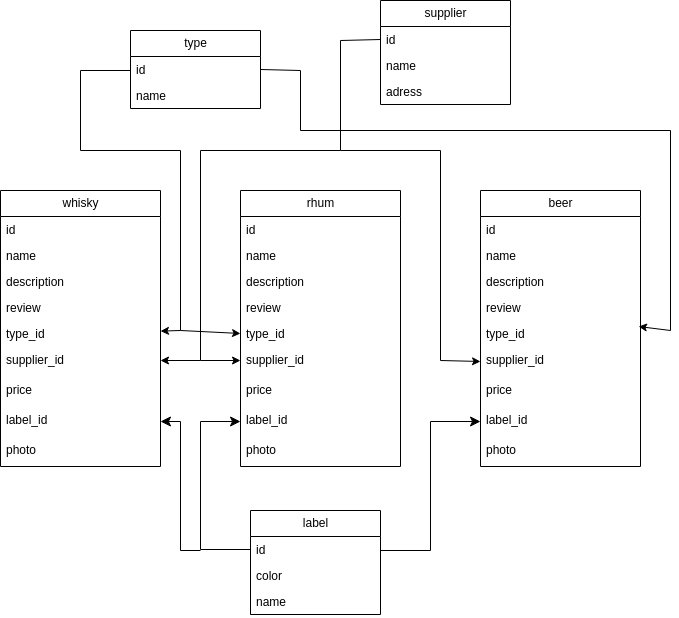
AnthonyMarcelin/SpiritsManagement-API keeps this draw.io diagram as Docs/mld.drawio.png. Above is the earlier version. Source tidied: cells renumbered, new cells last; positions are measured from the earlier drawing's top-left corner, leaving out a move shared by most shapes.
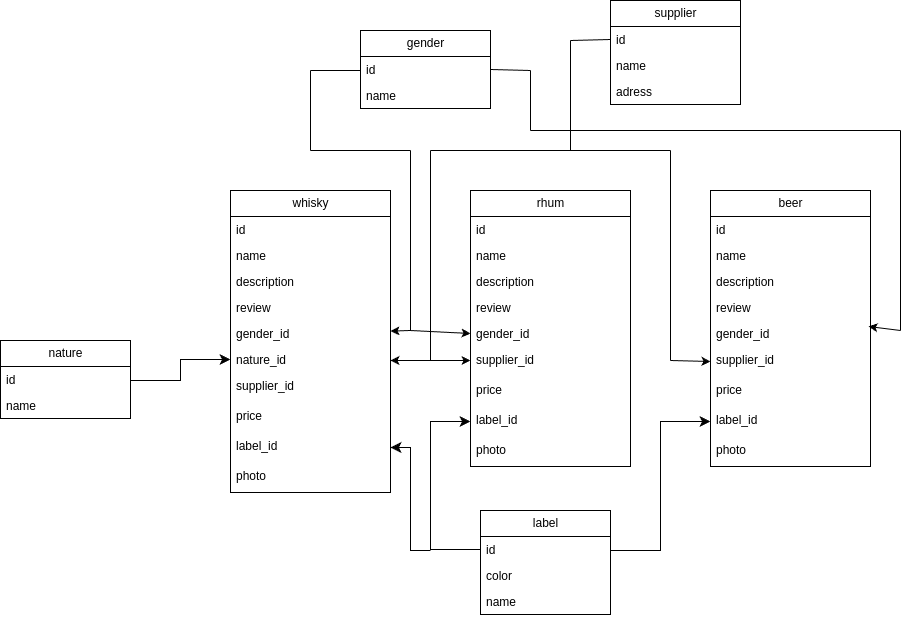
After the commit.

Change to the diagram source:
```diff
@@ -3,7 +3,7 @@
     <mxCell id="0" />
     <mxCell id="1" parent="0" />
     <mxCell id="2" value="whisky" style="swimlane;fontStyle=0;horizontal=1;startSize=26;fillColor=none;html=1;" parent="1" vertex="1">
-      <mxGeometry y="190" width="160" height="276" as="geometry" />
+      <mxGeometry y="190" width="160" height="302" as="geometry" />
     </mxCell>
     <mxCell id="3" value="id" style="text;strokeColor=none;fillColor=none;align=left;verticalAlign=top;spacingLeft=4;spacingRight=4;overflow=hidden;whiteSpace=wrap;html=1;" parent="2" vertex="1">
       <mxGeometry y="26" width="160" height="26" as="geometry" />
@@ -17,7 +17,7 @@
     <mxCell id="6" value="review" style="text;strokeColor=none;fillColor=none;align=left;verticalAlign=top;spacingLeft=4;spacingRight=4;overflow=hidden;whiteSpace=wrap;html=1;" parent="2" vertex="1">
       <mxGeometry y="104" width="160" height="26" as="geometry" />
     </mxCell>
-    <mxCell id="7" value="type_id" style="text;strokeColor=none;fillColor=none;align=left;verticalAlign=top;spacingLeft=4;spacingRight=4;overflow=hidden;points=[[0,0.5],[1,0.5]];portConstraint=eastwest;whiteSpace=wrap;html=1;" parent="2" vertex="1">
+    <mxCell id="7" value="gender_id" style="text;strokeColor=none;fillColor=none;align=left;verticalAlign=top;spacingLeft=4;spacingRight=4;overflow=hidden;points=[[0,0.5],[1,0.5]];portConstraint=eastwest;whiteSpace=wrap;html=1;" parent="2" vertex="1">
       <mxGeometry y="130" width="160" height="26" as="geometry" />
     </mxCell>
     <mxCell id="8" style="endArrow=classic;html=1;" parent="2" edge="1">
@@ -26,17 +26,20 @@
         <mxPoint x="160" y="170" as="targetPoint" />
       </mxGeometry>
     </mxCell>
+    <mxCell id="66" value="nature_id" style="text;strokeColor=none;fillColor=none;align=left;verticalAlign=top;spacingLeft=4;spacingRight=4;overflow=hidden;points=[[0,0.5],[1,0.5]];portConstraint=eastwest;whiteSpace=wrap;html=1;" parent="2" vertex="1">
+      <mxGeometry y="156" width="160" height="26" as="geometry" />
+    </mxCell>
     <mxCell id="9" value="supplier_id" style="text;strokeColor=none;fillColor=none;align=left;verticalAlign=top;spacingLeft=4;spacingRight=4;overflow=hidden;whiteSpace=wrap;html=1;" parent="2" vertex="1">
-      <mxGeometry y="156" width="160" height="30" as="geometry" />
+      <mxGeometry y="182" width="160" height="30" as="geometry" />
     </mxCell>
     <mxCell id="10" value="price" style="text;strokeColor=none;fillColor=none;align=left;verticalAlign=top;spacingLeft=4;spacingRight=4;overflow=hidden;whiteSpace=wrap;html=1;" parent="2" vertex="1">
-      <mxGeometry y="186" width="160" height="30" as="geometry" />
+      <mxGeometry y="212" width="160" height="30" as="geometry" />
     </mxCell>
     <mxCell id="11" value="label_id" style="text;strokeColor=none;fillColor=none;align=left;verticalAlign=top;spacingLeft=4;spacingRight=4;overflow=hidden;points=[[0,0.5],[1,0.5]];portConstraint=eastwest;whiteSpace=wrap;html=1;" parent="2" vertex="1">
-      <mxGeometry y="216" width="160" height="30" as="geometry" />
+      <mxGeometry y="242" width="160" height="30" as="geometry" />
     </mxCell>
     <mxCell id="12" value="photo" style="text;strokeColor=none;fillColor=none;align=left;verticalAlign=top;spacingLeft=4;spacingRight=4;overflow=hidden;whiteSpace=wrap;html=1;" parent="2" vertex="1">
-      <mxGeometry y="246" width="160" height="30" as="geometry" />
+      <mxGeometry y="272" width="160" height="30" as="geometry" />
     </mxCell>
     <mxCell id="13" value="rhum" style="swimlane;fontStyle=0;horizontal=1;startSize=26;fillColor=none;html=1;" parent="1" vertex="1">
       <mxGeometry x="240" y="190" width="160" height="276" as="geometry" />
@@ -53,7 +56,7 @@
     <mxCell id="17" value="review" style="text;strokeColor=none;fillColor=none;align=left;verticalAlign=top;spacingLeft=4;spacingRight=4;overflow=hidden;whiteSpace=wrap;html=1;" parent="13" vertex="1">
       <mxGeometry y="104" width="160" height="26" as="geometry" />
     </mxCell>
-    <mxCell id="18" value="type_id" style="text;strokeColor=none;fillColor=none;align=left;verticalAlign=top;spacingLeft=4;spacingRight=4;overflow=hidden;points=[[0,0.5],[1,0.5]];portConstraint=eastwest;whiteSpace=wrap;html=1;" parent="13" vertex="1">
+    <mxCell id="18" value="gender_id" style="text;strokeColor=none;fillColor=none;align=left;verticalAlign=top;spacingLeft=4;spacingRight=4;overflow=hidden;points=[[0,0.5],[1,0.5]];portConstraint=eastwest;whiteSpace=wrap;html=1;" parent="13" vertex="1">
       <mxGeometry y="130" width="160" height="26" as="geometry" />
     </mxCell>
     <mxCell id="19" value="supplier_id" style="text;strokeColor=none;fillColor=none;align=left;verticalAlign=top;spacingLeft=4;spacingRight=4;overflow=hidden;whiteSpace=wrap;html=1;" parent="13" vertex="1">
@@ -83,7 +86,7 @@
     <mxCell id="27" value="review" style="text;strokeColor=none;fillColor=none;align=left;verticalAlign=top;spacingLeft=4;spacingRight=4;overflow=hidden;whiteSpace=wrap;html=1;" parent="23" vertex="1">
       <mxGeometry y="104" width="160" height="26" as="geometry" />
     </mxCell>
-    <mxCell id="28" value="type_id" style="text;strokeColor=none;fillColor=none;align=left;verticalAlign=top;spacingLeft=4;spacingRight=4;overflow=hidden;points=[[0,0.5],[1,0.5]];portConstraint=eastwest;whiteSpace=wrap;html=1;" parent="23" vertex="1">
+    <mxCell id="28" value="gender_id" style="text;strokeColor=none;fillColor=none;align=left;verticalAlign=top;spacingLeft=4;spacingRight=4;overflow=hidden;points=[[0,0.5],[1,0.5]];portConstraint=eastwest;whiteSpace=wrap;html=1;" parent="23" vertex="1">
       <mxGeometry y="130" width="160" height="26" as="geometry" />
     </mxCell>
     <mxCell id="29" value="supplier_id" style="text;strokeColor=none;fillColor=none;align=left;verticalAlign=top;spacingLeft=4;spacingRight=4;overflow=hidden;points=[[0,0.5],[1,0.5]];portConstraint=eastwest;whiteSpace=wrap;html=1;" parent="23" vertex="1">
@@ -110,7 +113,7 @@
     <mxCell id="36" value="name" style="text;strokeColor=none;fillColor=none;align=left;verticalAlign=top;spacingLeft=4;spacingRight=4;overflow=hidden;whiteSpace=wrap;html=1;" parent="33" vertex="1">
       <mxGeometry y="78" width="130" height="26" as="geometry" />
     </mxCell>
-    <mxCell id="37" value="type" style="swimlane;fontStyle=0;horizontal=1;startSize=26;fillColor=none;html=1;" parent="1" vertex="1">
+    <mxCell id="37" value="gender" style="swimlane;fontStyle=0;horizontal=1;startSize=26;fillColor=none;html=1;" parent="1" vertex="1">
       <mxGeometry x="130" y="30" width="130" height="78" as="geometry" />
     </mxCell>
     <mxCell id="38" value="id" style="text;strokeColor=none;fillColor=none;align=left;verticalAlign=top;spacingLeft=4;spacingRight=4;overflow=hidden;points=[[0,0.5],[1,0.5]];portConstraint=eastwest;whiteSpace=wrap;html=1;" parent="37" vertex="1">
@@ -257,5 +260,19 @@
         <mxPoint x="670" y="330" as="sourcePoint" />
       </mxGeometry>
     </mxCell>
+    <mxCell id="67" value="nature" style="swimlane;fontStyle=0;horizontal=1;startSize=26;fillColor=none;html=1;" parent="1" vertex="1">
+      <mxGeometry x="-230" y="340" width="130" height="78" as="geometry" />
+    </mxCell>
+    <mxCell id="68" value="id" style="text;strokeColor=none;fillColor=none;align=left;verticalAlign=top;spacingLeft=4;spacingRight=4;overflow=hidden;whiteSpace=wrap;html=1;" parent="67" vertex="1">
+      <mxGeometry y="26" width="130" height="26" as="geometry" />
+    </mxCell>
+    <mxCell id="69" value="name" style="text;strokeColor=none;fillColor=none;align=left;verticalAlign=top;spacingLeft=4;spacingRight=4;overflow=hidden;whiteSpace=wrap;html=1;" parent="67" vertex="1">
+      <mxGeometry y="52" width="130" height="26" as="geometry" />
+    </mxCell>
+    <mxCell id="70" style="edgeStyle=elbowEdgeStyle;elbow=horizontal;endArrow=classic;html=1;curved=0;rounded=0;endSize=8;startSize=8;entryX=0;entryY=0.5;entryDx=0;entryDy=0;" parent="1" edge="1" target="66">
+      <mxGeometry relative="1" as="geometry">
+        <mxPoint x="-100" y="380" as="sourcePoint" />
+      </mxGeometry>
+    </mxCell>
   </root>
 </mxGraphModel>
```
